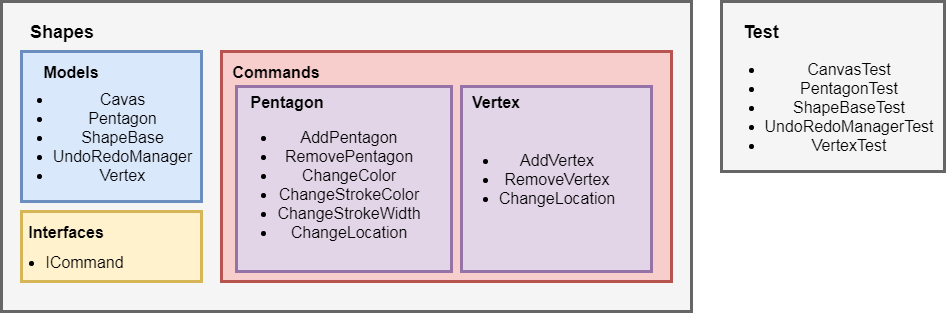
Lenkelheit/Platform_Of_Corporate_Information_Systems keeps this draw.io diagram as Images/Task2/files.png. Above is the earlier version. Source tidied: cells renumbered, new cells last; positions are measured from the earlier drawing's top-left corner, leaving out a move shared by most shapes. Source of this version:
```xml
<mxGraphModel background="#ffffff">
  <root>
    <mxCell id="0" />
    <mxCell id="1" parent="0" />
    <mxCell id="2" style="rounded=0;whiteSpace=wrap;html=1;strokeColor=#666666;strokeWidth=3;fontSize=16;fontColor=#FF3333;fillColor=#f5f5f5;" parent="1" vertex="1">
      <mxGeometry width="690" height="310" as="geometry" />
    </mxCell>
    <mxCell id="3" value="&lt;b style=&quot;font-size: 18px;&quot;&gt;Shapes&lt;/b&gt;" style="text;html=1;strokeColor=none;fillColor=none;align=center;verticalAlign=middle;whiteSpace=wrap;rounded=0;fontSize=18;fontColor=#000000;" parent="1" vertex="1">
      <mxGeometry x="20" y="20" width="80" height="20" as="geometry" />
    </mxCell>
    <mxCell id="4" style="rounded=0;whiteSpace=wrap;html=1;strokeColor=#6c8ebf;strokeWidth=3;fontSize=16;fontColor=#000000;fillColor=#dae8fc;" parent="1" vertex="1">
      <mxGeometry x="20" y="50" width="180" height="150" as="geometry" />
    </mxCell>
    <mxCell id="5" value="&lt;b&gt;Models&lt;/b&gt;" style="text;html=1;strokeColor=none;fillColor=none;align=center;verticalAlign=middle;whiteSpace=wrap;rounded=0;fontSize=16;fontColor=#000000;" parent="1" vertex="1">
      <mxGeometry x="30" y="60" width="80" height="20" as="geometry" />
    </mxCell>
    <mxCell id="6" value="&lt;ul&gt;&lt;li&gt;Cavas&lt;br&gt;&lt;/li&gt;&lt;li&gt;Pentagon&lt;/li&gt;&lt;li&gt;ShapeBase&lt;/li&gt;&lt;li&gt;UndoRedoManager&lt;/li&gt;&lt;li&gt;Vertex&lt;/li&gt;&lt;/ul&gt;&lt;br&gt;" style="text;html=1;strokeColor=none;fillColor=none;align=center;verticalAlign=middle;whiteSpace=wrap;rounded=0;fontSize=16;fontColor=#000000;" parent="1" vertex="1">
      <mxGeometry x="45" y="70" width="110" height="150" as="geometry" />
    </mxCell>
    <mxCell id="7" style="rounded=0;whiteSpace=wrap;html=1;strokeColor=#d6b656;strokeWidth=3;fontSize=16;fontColor=#000000;fillColor=#fff2cc;" parent="1" vertex="1">
      <mxGeometry x="20" y="210" width="180" height="70" as="geometry" />
    </mxCell>
    <mxCell id="8" value="&lt;b&gt;Interfaces&lt;/b&gt;" style="text;html=1;strokeColor=none;fillColor=none;align=center;verticalAlign=middle;whiteSpace=wrap;rounded=0;fontSize=16;fontColor=#000000;" parent="1" vertex="1">
      <mxGeometry x="25" y="220" width="80" height="20" as="geometry" />
    </mxCell>
    <mxCell id="9" value="&lt;ul&gt;&lt;li&gt;ICommand&lt;br&gt;&lt;/li&gt;&lt;/ul&gt;" style="text;html=1;strokeColor=none;fillColor=none;align=center;verticalAlign=middle;whiteSpace=wrap;rounded=0;fontSize=16;fontColor=#000000;" parent="1" vertex="1">
      <mxGeometry x="43" y="250" width="40" height="20" as="geometry" />
    </mxCell>
    <mxCell id="10" style="rounded=0;whiteSpace=wrap;html=1;strokeColor=#b85450;strokeWidth=3;fontSize=16;fontColor=#000000;fillColor=#f8cecc;" parent="1" vertex="1">
      <mxGeometry x="220" y="50" width="450" height="230" as="geometry" />
    </mxCell>
    <mxCell id="11" value="&lt;b&gt;Commands&lt;/b&gt;" style="text;html=1;strokeColor=none;fillColor=none;align=center;verticalAlign=middle;whiteSpace=wrap;rounded=0;fontSize=16;fontColor=#000000;" parent="1" vertex="1">
      <mxGeometry x="235" y="60" width="80" height="20" as="geometry" />
    </mxCell>
    <mxCell id="12" style="rounded=0;whiteSpace=wrap;html=1;strokeColor=#9673a6;strokeWidth=3;fontSize=16;fontColor=#000000;fillColor=#e1d5e7;" parent="1" vertex="1">
      <mxGeometry x="460" y="85" width="190" height="185" as="geometry" />
    </mxCell>
    <mxCell id="13" style="rounded=0;whiteSpace=wrap;html=1;strokeColor=#9673a6;strokeWidth=3;fontSize=16;fontColor=#000000;fillColor=#e1d5e7;" parent="1" vertex="1">
      <mxGeometry x="235" y="85" width="215" height="185" as="geometry" />
    </mxCell>
    <mxCell id="14" value="&lt;b&gt;Pentagon&lt;/b&gt;" style="text;html=1;strokeColor=none;fillColor=none;align=center;verticalAlign=middle;whiteSpace=wrap;rounded=0;fontSize=16;fontColor=#000000;" parent="1" vertex="1">
      <mxGeometry x="245" y="90" width="80" height="20" as="geometry" />
    </mxCell>
    <mxCell id="15" value="&lt;b&gt;Vertex&lt;/b&gt;" style="text;html=1;strokeColor=none;fillColor=none;align=center;verticalAlign=middle;whiteSpace=wrap;rounded=0;fontSize=16;fontColor=#000000;" parent="1" vertex="1">
      <mxGeometry x="454" y="90" width="80" height="20" as="geometry" />
    </mxCell>
    <mxCell id="16" value="&lt;ul&gt;&lt;li&gt;AddPentagon&lt;br&gt;&lt;/li&gt;&lt;li&gt;RemovePentagon&lt;/li&gt;&lt;li&gt;ChangeColor&lt;/li&gt;&lt;li&gt;ChangeStrokeColor&lt;/li&gt;&lt;li&gt;ChangeStrokeWidth&lt;/li&gt;&lt;li&gt;ChangeLocation&lt;/li&gt;&lt;/ul&gt;" style="text;html=1;strokeColor=none;fillColor=none;align=center;verticalAlign=middle;whiteSpace=wrap;rounded=0;fontSize=16;fontColor=#000000;" parent="1" vertex="1">
      <mxGeometry x="245" y="115" width="165" height="135" as="geometry" />
    </mxCell>
    <mxCell id="17" value="&lt;ul&gt;&lt;li&gt;AddVertex&lt;br&gt;&lt;/li&gt;&lt;li&gt;RemoveVertex&lt;/li&gt;&lt;li&gt;ChangeLocation&lt;/li&gt;&lt;/ul&gt;" style="text;html=1;strokeColor=none;fillColor=none;align=center;verticalAlign=middle;whiteSpace=wrap;rounded=0;fontSize=16;fontColor=#000000;" parent="1" vertex="1">
      <mxGeometry x="480" y="145" width="110" height="65" as="geometry" />
    </mxCell>
    <mxCell id="18" style="rounded=0;whiteSpace=wrap;html=1;strokeColor=#666666;strokeWidth=3;fontSize=16;fontColor=#FF3333;fillColor=#f5f5f5;" parent="1" vertex="1">
      <mxGeometry x="720" width="223" height="170" as="geometry" />
    </mxCell>
    <mxCell id="19" value="&lt;b style=&quot;font-size: 18px&quot;&gt;Test&lt;/b&gt;" style="text;html=1;strokeColor=none;fillColor=none;align=center;verticalAlign=middle;whiteSpace=wrap;rounded=0;fontSize=18;fontColor=#000000;" parent="1" vertex="1">
      <mxGeometry x="720" y="20" width="80" height="20" as="geometry" />
    </mxCell>
    <mxCell id="20" value="&lt;ul&gt;&lt;li&gt;CanvasTest&lt;br&gt;&lt;/li&gt;&lt;li&gt;PentagonTest&lt;/li&gt;&lt;li&gt;ShapeBaseTest&lt;/li&gt;&lt;li&gt;UndoRedoManagerTest&lt;/li&gt;&lt;li&gt;VertexTest&lt;/li&gt;&lt;/ul&gt;" style="text;html=1;strokeColor=none;fillColor=none;align=center;verticalAlign=middle;whiteSpace=wrap;rounded=0;fontSize=16;fontColor=#000000;" parent="1" vertex="1">
      <mxGeometry x="732" y="55" width="190" height="100" as="geometry" />
    </mxCell>
  </root>
</mxGraphModel>
```
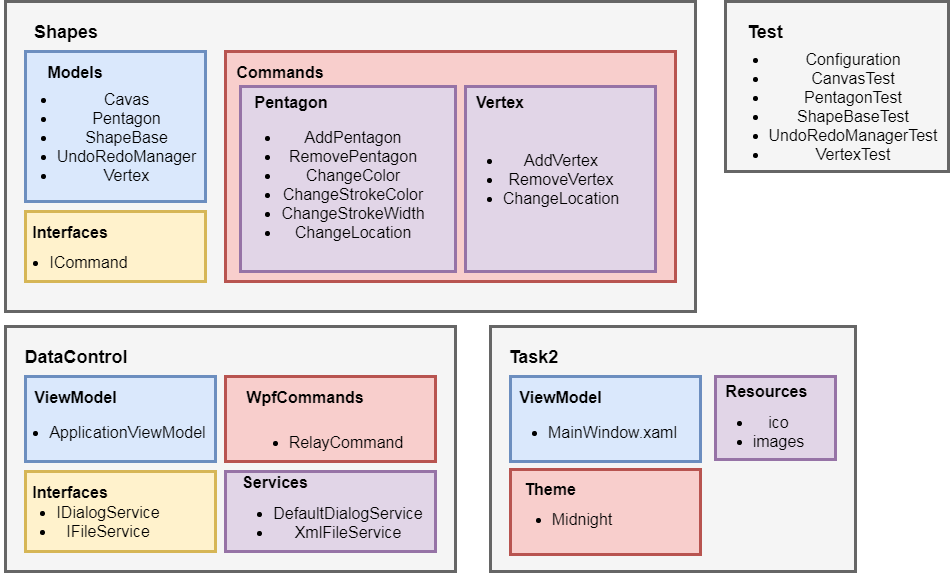
Above is the later version.

Diff of the diagram source:
```diff
@@ -56,8 +56,83 @@
     <mxCell id="19" value="&lt;b style=&quot;font-size: 18px&quot;&gt;Test&lt;/b&gt;" style="text;html=1;strokeColor=none;fillColor=none;align=center;verticalAlign=middle;whiteSpace=wrap;rounded=0;fontSize=18;fontColor=#000000;" parent="1" vertex="1">
       <mxGeometry x="720" y="20" width="80" height="20" as="geometry" />
     </mxCell>
-    <mxCell id="20" value="&lt;ul&gt;&lt;li&gt;CanvasTest&lt;br&gt;&lt;/li&gt;&lt;li&gt;PentagonTest&lt;/li&gt;&lt;li&gt;ShapeBaseTest&lt;/li&gt;&lt;li&gt;UndoRedoManagerTest&lt;/li&gt;&lt;li&gt;VertexTest&lt;/li&gt;&lt;/ul&gt;" style="text;html=1;strokeColor=none;fillColor=none;align=center;verticalAlign=middle;whiteSpace=wrap;rounded=0;fontSize=16;fontColor=#000000;" parent="1" vertex="1">
+    <mxCell id="20" value="&lt;ul&gt;&lt;li&gt;Configuration&lt;/li&gt;&lt;li&gt;CanvasTest&lt;br&gt;&lt;/li&gt;&lt;li&gt;PentagonTest&lt;/li&gt;&lt;li&gt;ShapeBaseTest&lt;/li&gt;&lt;li&gt;UndoRedoManagerTest&lt;/li&gt;&lt;li&gt;VertexTest&lt;/li&gt;&lt;/ul&gt;" style="text;html=1;strokeColor=none;fillColor=none;align=center;verticalAlign=middle;whiteSpace=wrap;rounded=0;fontSize=16;fontColor=#000000;" parent="1" vertex="1">
       <mxGeometry x="732" y="55" width="190" height="100" as="geometry" />
     </mxCell>
+    <mxCell id="21" style="rounded=0;whiteSpace=wrap;html=1;strokeColor=#666666;strokeWidth=3;fontSize=16;fontColor=#FF3333;fillColor=#f5f5f5;" parent="1" vertex="1">
+      <mxGeometry y="325" width="450" height="245" as="geometry" />
+    </mxCell>
+    <mxCell id="22" value="&lt;b style=&quot;font-size: 18px&quot;&gt;DataControl&lt;/b&gt;" style="text;html=1;strokeColor=none;fillColor=none;align=center;verticalAlign=middle;whiteSpace=wrap;rounded=0;fontSize=18;fontColor=#000000;" parent="1" vertex="1">
+      <mxGeometry x="20" y="345" width="100" height="20" as="geometry" />
+    </mxCell>
+    <mxCell id="23" style="rounded=0;whiteSpace=wrap;html=1;strokeColor=#6c8ebf;strokeWidth=3;fontSize=16;fontColor=#000000;fillColor=#dae8fc;" parent="1" vertex="1">
+      <mxGeometry x="20" y="375" width="190" height="85" as="geometry" />
+    </mxCell>
+    <mxCell id="24" value="&lt;b&gt;ViewModel&lt;/b&gt;" style="text;html=1;strokeColor=none;fillColor=none;align=center;verticalAlign=middle;whiteSpace=wrap;rounded=0;fontSize=16;fontColor=#000000;" parent="1" vertex="1">
+      <mxGeometry x="30" y="385" width="80" height="20" as="geometry" />
+    </mxCell>
+    <mxCell id="25" value="&lt;ul&gt;&lt;li&gt;ApplicationViewModel&lt;/li&gt;&lt;/ul&gt;&lt;br&gt;" style="text;html=1;strokeColor=none;fillColor=none;align=center;verticalAlign=middle;whiteSpace=wrap;rounded=0;fontSize=16;fontColor=#000000;" parent="1" vertex="1">
+      <mxGeometry x="-5" y="432.5" width="215" height="15" as="geometry" />
+    </mxCell>
+    <mxCell id="26" style="rounded=0;whiteSpace=wrap;html=1;strokeColor=#d6b656;strokeWidth=3;fontSize=16;fontColor=#000000;fillColor=#fff2cc;" parent="1" vertex="1">
+      <mxGeometry x="20" y="470" width="190" height="80" as="geometry" />
+    </mxCell>
+    <mxCell id="27" value="&lt;b&gt;Interfaces&lt;/b&gt;" style="text;html=1;strokeColor=none;fillColor=none;align=center;verticalAlign=middle;whiteSpace=wrap;rounded=0;fontSize=16;fontColor=#000000;" parent="1" vertex="1">
+      <mxGeometry x="25" y="480" width="80" height="20" as="geometry" />
+    </mxCell>
+    <mxCell id="28" value="&lt;ul&gt;&lt;li&gt;IDialogService&lt;br&gt;&lt;/li&gt;&lt;li&gt;IFileService&lt;/li&gt;&lt;/ul&gt;" style="text;html=1;strokeColor=none;fillColor=none;align=center;verticalAlign=middle;whiteSpace=wrap;rounded=0;fontSize=16;fontColor=#000000;" parent="1" vertex="1">
+      <mxGeometry x="63" y="510" width="40" height="20" as="geometry" />
+    </mxCell>
+    <mxCell id="29" style="rounded=0;whiteSpace=wrap;html=1;strokeColor=#b85450;strokeWidth=3;fontSize=16;fontColor=#000000;fillColor=#f8cecc;" parent="1" vertex="1">
+      <mxGeometry x="220" y="375" width="210" height="85" as="geometry" />
+    </mxCell>
+    <mxCell id="30" value="&lt;b&gt;WpfCommands&lt;/b&gt;" style="text;html=1;strokeColor=none;fillColor=none;align=center;verticalAlign=middle;whiteSpace=wrap;rounded=0;fontSize=16;fontColor=#000000;" parent="1" vertex="1">
+      <mxGeometry x="260" y="385" width="80" height="20" as="geometry" />
+    </mxCell>
+    <mxCell id="31" style="rounded=0;whiteSpace=wrap;html=1;strokeColor=#9673a6;strokeWidth=3;fontSize=16;fontColor=#000000;fillColor=#e1d5e7;" parent="1" vertex="1">
+      <mxGeometry x="220" y="470" width="210" height="80" as="geometry" />
+    </mxCell>
+    <mxCell id="32" value="&lt;b&gt;Services&lt;/b&gt;" style="text;html=1;strokeColor=none;fillColor=none;align=center;verticalAlign=middle;whiteSpace=wrap;rounded=0;fontSize=16;fontColor=#000000;" parent="1" vertex="1">
+      <mxGeometry x="230" y="470.5" width="80" height="20" as="geometry" />
+    </mxCell>
+    <mxCell id="33" value="&lt;ul&gt;&lt;li&gt;DefaultDialogService&lt;/li&gt;&lt;li&gt;XmlFileService&lt;/li&gt;&lt;/ul&gt;" style="text;html=1;strokeColor=none;fillColor=none;align=center;verticalAlign=middle;whiteSpace=wrap;rounded=0;fontSize=16;fontColor=#000000;" parent="1" vertex="1">
+      <mxGeometry x="230" y="495.5" width="185" height="50" as="geometry" />
+    </mxCell>
+    <mxCell id="34" value="&lt;ul&gt;&lt;li&gt;RelayCommand&lt;/li&gt;&lt;/ul&gt;" style="text;html=1;strokeColor=none;fillColor=none;align=center;verticalAlign=middle;whiteSpace=wrap;rounded=0;fontSize=16;fontColor=#000000;" parent="1" vertex="1">
+      <mxGeometry x="235" y="430" width="170" height="20" as="geometry" />
+    </mxCell>
+    <mxCell id="35" style="rounded=0;whiteSpace=wrap;html=1;strokeColor=#666666;strokeWidth=3;fontSize=16;fontColor=#FF3333;fillColor=#f5f5f5;" parent="1" vertex="1">
+      <mxGeometry x="485" y="325" width="365" height="245" as="geometry" />
+    </mxCell>
+    <mxCell id="36" value="&lt;b style=&quot;font-size: 18px&quot;&gt;Task2&lt;/b&gt;" style="text;html=1;strokeColor=none;fillColor=none;align=center;verticalAlign=middle;whiteSpace=wrap;rounded=0;fontSize=18;fontColor=#000000;" parent="1" vertex="1">
+      <mxGeometry x="505" y="345" width="45" height="20" as="geometry" />
+    </mxCell>
+    <mxCell id="37" style="rounded=0;whiteSpace=wrap;html=1;strokeColor=#6c8ebf;strokeWidth=3;fontSize=16;fontColor=#000000;fillColor=#dae8fc;" parent="1" vertex="1">
+      <mxGeometry x="505" y="375" width="190" height="85" as="geometry" />
+    </mxCell>
+    <mxCell id="38" value="&lt;b&gt;ViewModel&lt;/b&gt;" style="text;html=1;strokeColor=none;fillColor=none;align=center;verticalAlign=middle;whiteSpace=wrap;rounded=0;fontSize=16;fontColor=#000000;" parent="1" vertex="1">
+      <mxGeometry x="515" y="385" width="80" height="20" as="geometry" />
+    </mxCell>
+    <mxCell id="39" value="&lt;ul&gt;&lt;li&gt;MainWindow.xaml&lt;/li&gt;&lt;/ul&gt;&lt;br&gt;" style="text;html=1;strokeColor=none;fillColor=none;align=center;verticalAlign=middle;whiteSpace=wrap;rounded=0;fontSize=16;fontColor=#000000;" parent="1" vertex="1">
+      <mxGeometry x="480" y="432.5" width="215" height="15" as="geometry" />
+    </mxCell>
+    <mxCell id="40" style="rounded=0;whiteSpace=wrap;html=1;strokeColor=#b85450;strokeWidth=3;fontSize=16;fontColor=#000000;fillColor=#f8cecc;" parent="1" vertex="1">
+      <mxGeometry x="505" y="468" width="190" height="85" as="geometry" />
+    </mxCell>
+    <mxCell id="41" value="&lt;b&gt;Theme&lt;/b&gt;" style="text;html=1;strokeColor=none;fillColor=none;align=center;verticalAlign=middle;whiteSpace=wrap;rounded=0;fontSize=16;fontColor=#000000;" parent="1" vertex="1">
+      <mxGeometry x="505" y="477.5" width="80" height="20" as="geometry" />
+    </mxCell>
+    <mxCell id="42" style="rounded=0;whiteSpace=wrap;html=1;strokeColor=#9673a6;strokeWidth=3;fontSize=16;fontColor=#000000;fillColor=#e1d5e7;" parent="1" vertex="1">
+      <mxGeometry x="710" y="375" width="120" height="83" as="geometry" />
+    </mxCell>
+    <mxCell id="43" value="&lt;b&gt;Resources&lt;/b&gt;" style="text;html=1;strokeColor=none;fillColor=none;align=center;verticalAlign=middle;whiteSpace=wrap;rounded=0;fontSize=16;fontColor=#000000;" parent="1" vertex="1">
+      <mxGeometry x="720" y="379.5" width="80" height="20" as="geometry" />
+    </mxCell>
+    <mxCell id="44" value="&lt;ul&gt;&lt;li&gt;ico&lt;/li&gt;&lt;li&gt;images&lt;/li&gt;&lt;/ul&gt;" style="text;html=1;strokeColor=none;fillColor=none;align=center;verticalAlign=middle;whiteSpace=wrap;rounded=0;fontSize=16;fontColor=#000000;" parent="1" vertex="1">
+      <mxGeometry x="660" y="405" width="185" height="50" as="geometry" />
+    </mxCell>
+    <mxCell id="45" value="&lt;ul&gt;&lt;li&gt;Midnight&lt;/li&gt;&lt;/ul&gt;" style="text;html=1;strokeColor=none;fillColor=none;align=center;verticalAlign=middle;whiteSpace=wrap;rounded=0;fontSize=16;fontColor=#000000;" parent="1" vertex="1">
+      <mxGeometry x="471" y="507.5" width="170" height="20" as="geometry" />
+    </mxCell>
   </root>
 </mxGraphModel>
```
